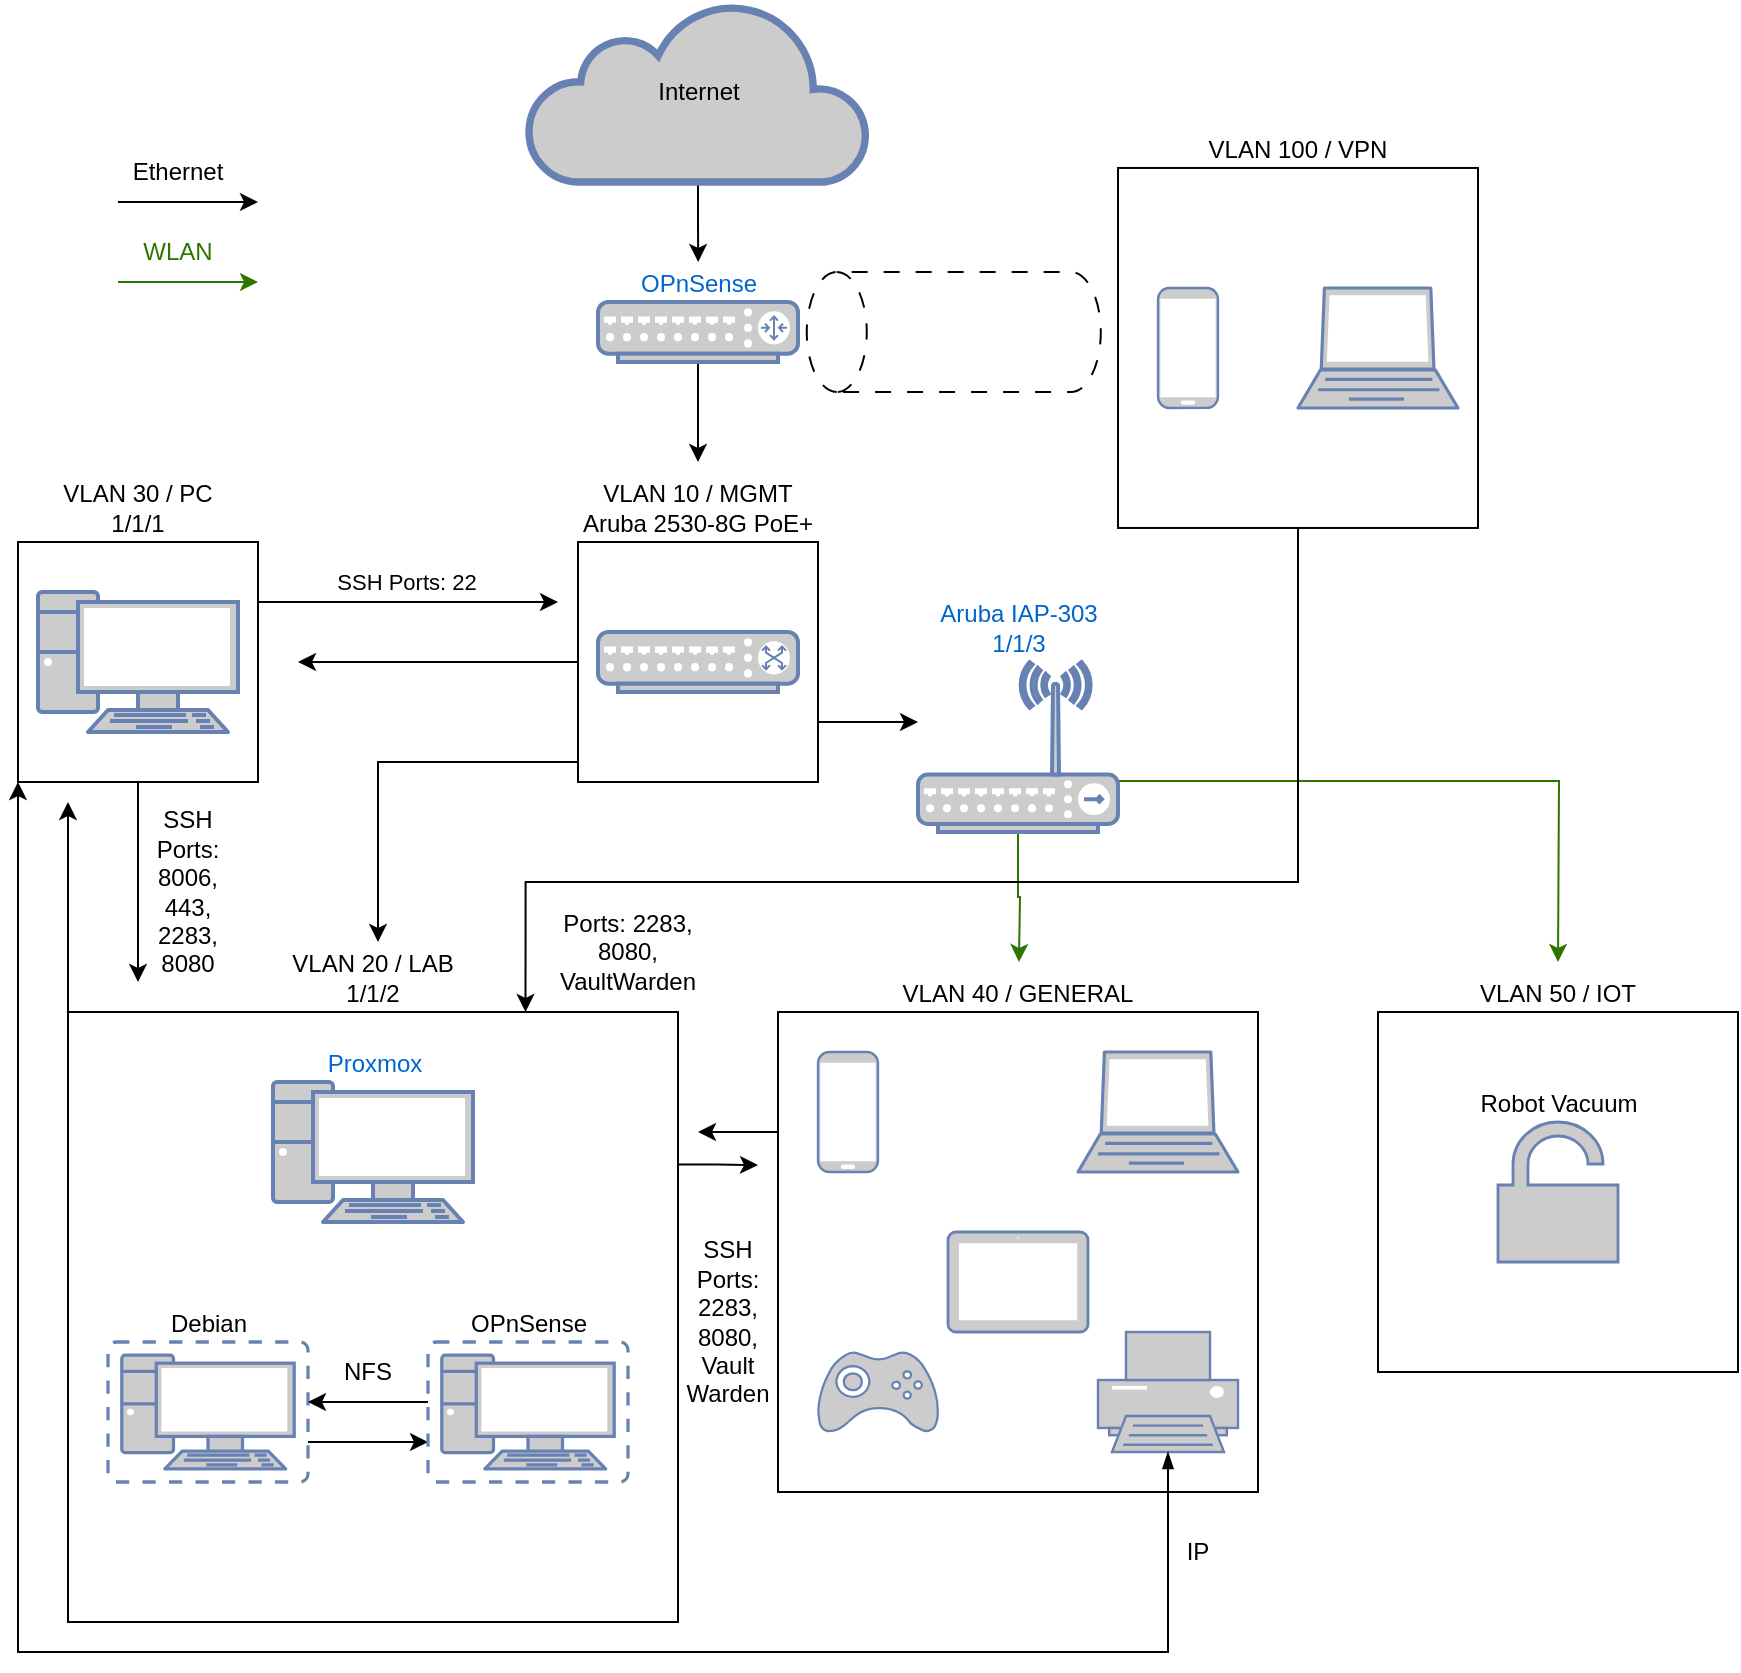
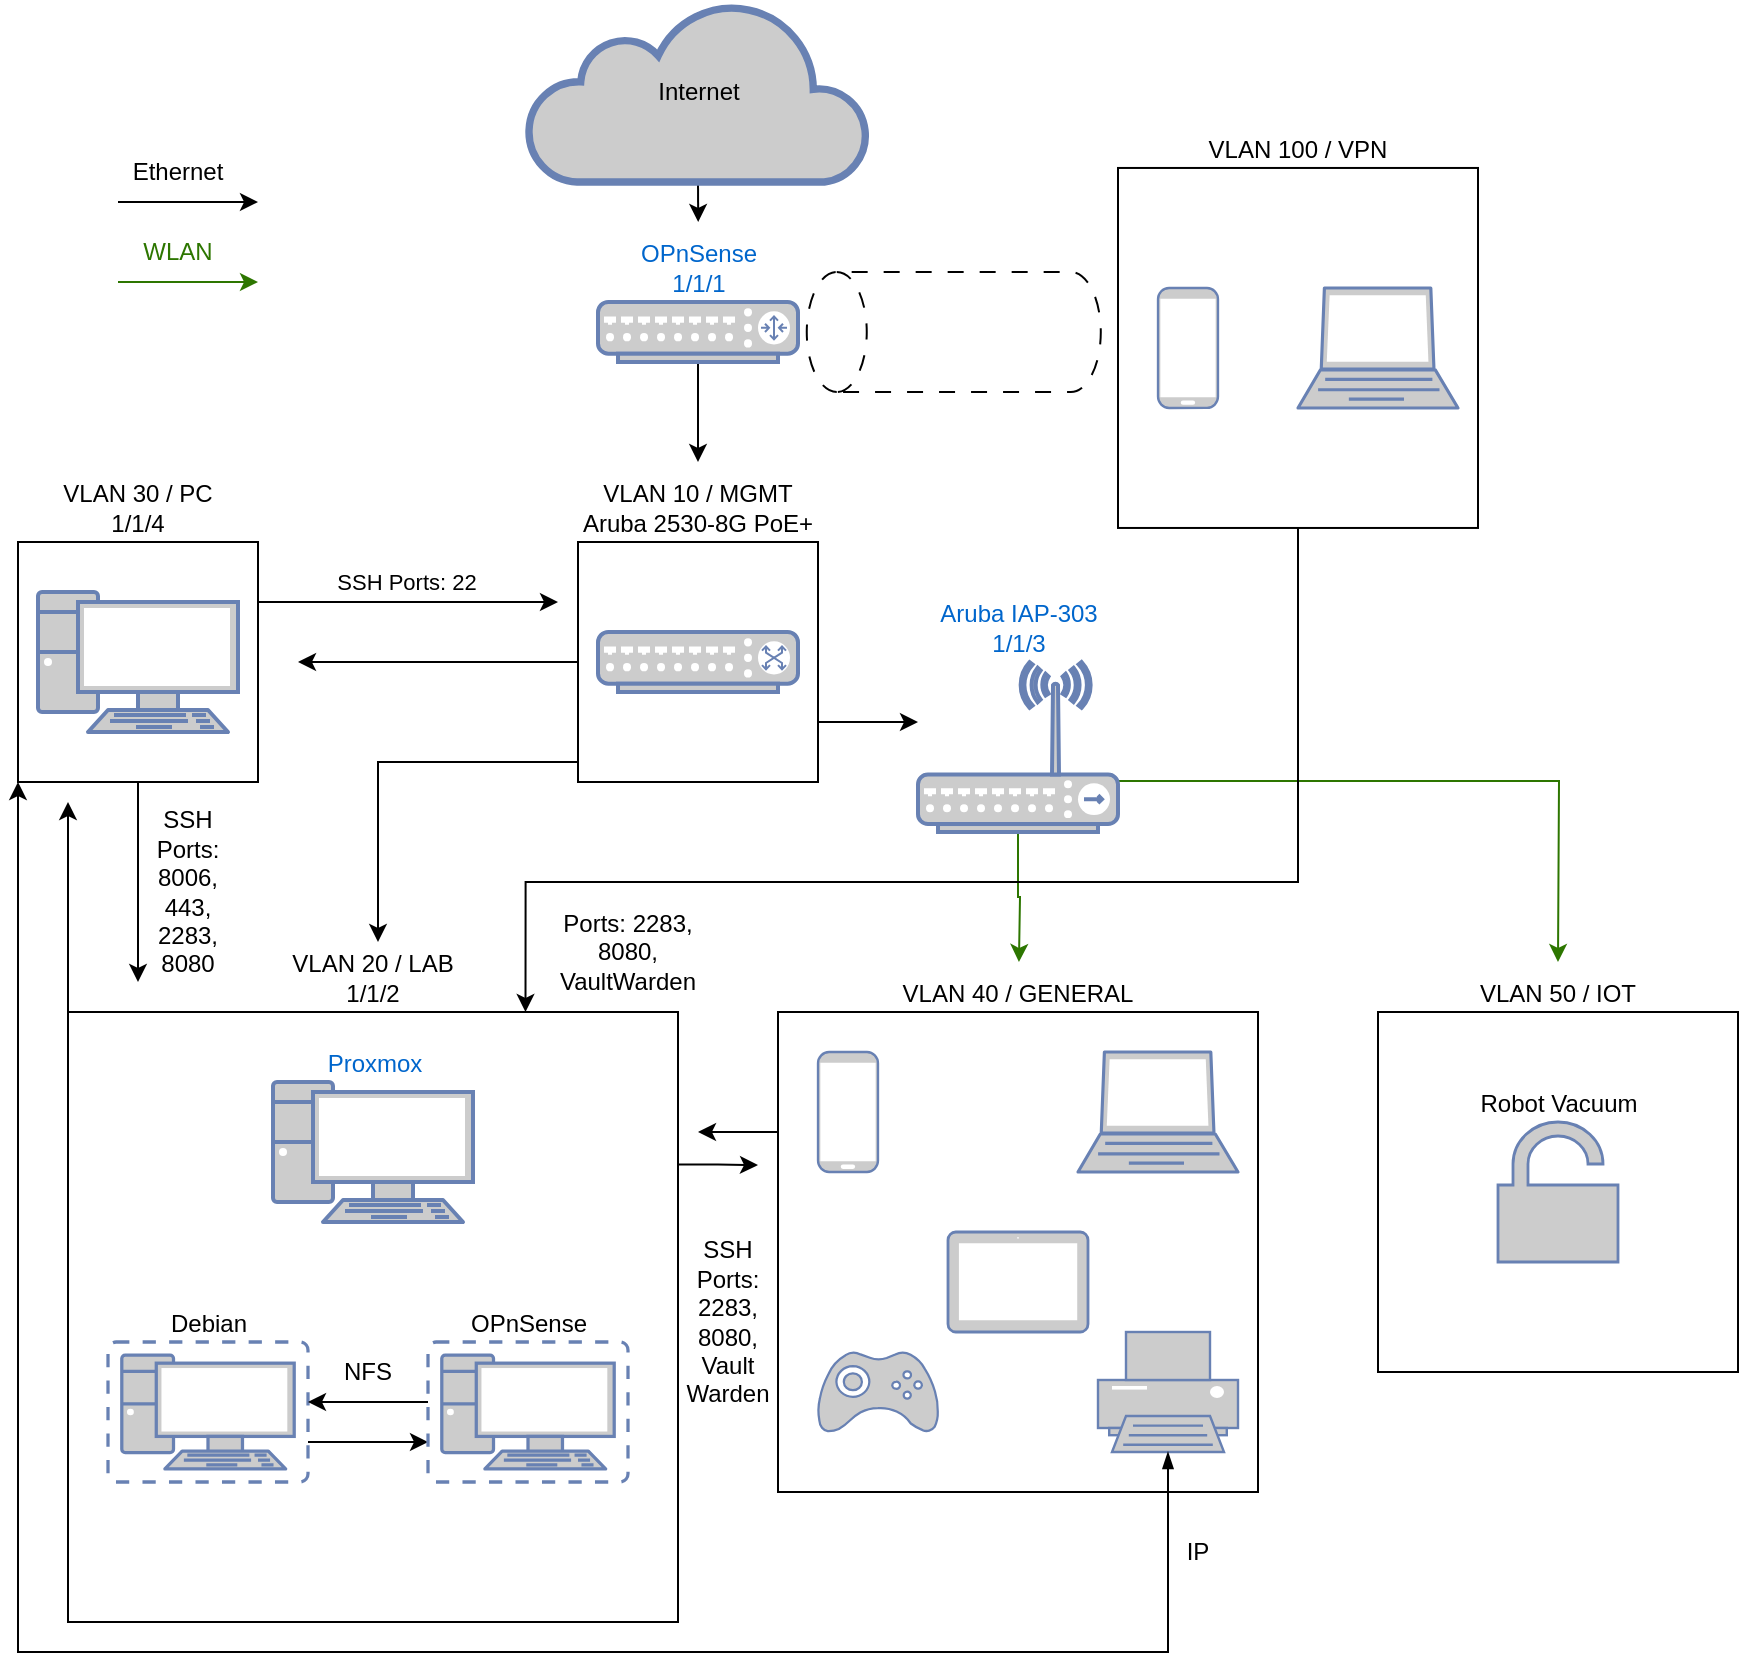
<mxfile host="app.diagrams.net" agent="5.0 (Windows NT 10.0; Win64; x64) AppleWebKit/537.36 (KHTML, like Gecko) Chrome/90.0.4430.212 Safari/537.36">
  <diagram name="Page-1" id="bfe91b75-5d2c-26a0-9c1d-138518896778">
-     <mxGraphModel dx="1094" dy="714" grid="1" gridSize="10" guides="1" tooltips="1" connect="1" arrows="1" fold="1" page="1" pageScale="1" pageWidth="1100" pageHeight="850" background="none" math="0" shadow="0">
+     <mxGraphModel dx="638" dy="417" grid="1" gridSize="10" guides="1" tooltips="1" connect="1" arrows="1" fold="1" page="1" pageScale="1" pageWidth="1100" pageHeight="850" background="none" math="0" shadow="0">
      <root>
        <mxCell id="0" />
        <mxCell id="1" parent="0" />
        <mxCell id="l44_z-ALANyK3NtLu_jd-62" edge="1" parent="1" source="l44_z-ALANyK3NtLu_jd-1" style="edgeStyle=orthogonalEdgeStyle;rounded=0;orthogonalLoop=1;jettySize=auto;html=1;exitX=0.5;exitY=1;exitDx=0;exitDy=0;exitPerimeter=0;">
          <mxGeometry relative="1" as="geometry">
-             <mxPoint x="1110.095238095238" y="140" as="targetPoint" />
+             <mxPoint x="1110.1" y="120" as="targetPoint" />
          </mxGeometry>
        </mxCell>
        <mxCell id="l44_z-ALANyK3NtLu_jd-1" parent="1" style="html=1;outlineConnect=0;fillColor=#CCCCCC;strokeColor=#6881B3;gradientColor=none;gradientDirection=north;strokeWidth=2;shape=mxgraph.networks.cloud;fontColor=#ffffff;verticalAlign=middle;" value="&lt;font style=&quot;color: light-dark(rgb(0, 0, 0), rgb(255, 255, 255));&quot;&gt;Internet&lt;/font&gt;" vertex="1">
          <mxGeometry height="90" width="170" x="1025" y="10" as="geometry" />
        </mxCell>
        <mxCell id="l44_z-ALANyK3NtLu_jd-2" parent="1" style="fontColor=#0066CC;verticalAlign=top;verticalLabelPosition=bottom;labelPosition=center;align=center;html=1;outlineConnect=0;fillColor=#CCCCCC;strokeColor=#6881B3;gradientColor=none;gradientDirection=north;strokeWidth=2;shape=mxgraph.networks.switch;" value="" vertex="1">
          <mxGeometry height="30" width="100" x="1060" y="325" as="geometry" />
        </mxCell>
        <mxCell id="l44_z-ALANyK3NtLu_jd-63" edge="1" parent="1" source="l44_z-ALANyK3NtLu_jd-3" style="edgeStyle=orthogonalEdgeStyle;rounded=0;orthogonalLoop=1;jettySize=auto;html=1;exitX=0.5;exitY=1;exitDx=0;exitDy=0;exitPerimeter=0;">
          <mxGeometry relative="1" as="geometry">
            <mxPoint x="1110" y="240" as="targetPoint" />
          </mxGeometry>
        </mxCell>
-         <mxCell id="l44_z-ALANyK3NtLu_jd-3" parent="1" style="fontColor=#0066CC;verticalAlign=bottom;verticalLabelPosition=top;labelPosition=center;align=center;html=1;outlineConnect=0;fillColor=#CCCCCC;strokeColor=#6881B3;gradientColor=none;gradientDirection=north;strokeWidth=2;shape=mxgraph.networks.router;" value="OPnSense" vertex="1">
+         <mxCell id="l44_z-ALANyK3NtLu_jd-3" parent="1" style="fontColor=#0066CC;verticalAlign=bottom;verticalLabelPosition=top;labelPosition=center;align=center;html=1;outlineConnect=0;fillColor=#CCCCCC;strokeColor=#6881B3;gradientColor=none;gradientDirection=north;strokeWidth=2;shape=mxgraph.networks.router;" value="OPnSense&lt;br&gt;1/1/1" vertex="1">
          <mxGeometry height="30" width="100" x="1060" y="160" as="geometry" />
        </mxCell>
        <mxCell id="l44_z-ALANyK3NtLu_jd-48" edge="1" parent="1" source="l44_z-ALANyK3NtLu_jd-7" style="edgeStyle=orthogonalEdgeStyle;rounded=0;orthogonalLoop=1;jettySize=auto;html=1;" target="l44_z-ALANyK3NtLu_jd-38" value="">
          <mxGeometry relative="1" as="geometry">
            <Array as="points">
              <mxPoint x="1210" y="370" />
              <mxPoint x="1210" y="370" />
            </Array>
          </mxGeometry>
        </mxCell>
        <mxCell id="l44_z-ALANyK3NtLu_jd-58" edge="1" parent="1" source="l44_z-ALANyK3NtLu_jd-7" style="edgeStyle=orthogonalEdgeStyle;rounded=0;orthogonalLoop=1;jettySize=auto;html=1;exitX=0;exitY=0.5;exitDx=0;exitDy=0;">
          <mxGeometry relative="1" as="geometry">
            <mxPoint x="910" y="340" as="targetPoint" />
          </mxGeometry>
        </mxCell>
        <mxCell id="l44_z-ALANyK3NtLu_jd-60" edge="1" parent="1" source="l44_z-ALANyK3NtLu_jd-7" style="edgeStyle=orthogonalEdgeStyle;rounded=0;orthogonalLoop=1;jettySize=auto;html=1;exitX=0;exitY=0.75;exitDx=0;exitDy=0;">
          <mxGeometry relative="1" as="geometry">
            <Array as="points">
              <mxPoint x="1050" y="390" />
              <mxPoint x="950" y="390" />
            </Array>
            <mxPoint x="950" y="480" as="targetPoint" />
          </mxGeometry>
        </mxCell>
        <mxCell id="l44_z-ALANyK3NtLu_jd-7" parent="1" style="whiteSpace=wrap;html=1;aspect=fixed;labelBackgroundColor=none;fontColor=default;textShadow=0;fillColor=none;verticalAlign=bottom;labelPosition=center;verticalLabelPosition=top;align=center;" value="&lt;font&gt;VLAN 10 / MGMT&lt;br&gt;Aruba 2530-8G PoE+&lt;/font&gt;" vertex="1">
          <mxGeometry height="120" width="120" x="1050" y="280" as="geometry" />
        </mxCell>
        <mxCell id="l44_z-ALANyK3NtLu_jd-51" edge="1" parent="1" source="l44_z-ALANyK3NtLu_jd-38" style="edgeStyle=orthogonalEdgeStyle;rounded=0;orthogonalLoop=1;jettySize=auto;html=1;exitX=0.5;exitY=1;exitDx=0;exitDy=0;exitPerimeter=0;fillColor=#60a917;strokeColor=#2D7600;">
          <mxGeometry relative="1" as="geometry">
            <mxPoint x="1270.4736842105265" y="490" as="targetPoint" />
          </mxGeometry>
        </mxCell>
        <mxCell id="l44_z-ALANyK3NtLu_jd-61" edge="1" parent="1" source="l44_z-ALANyK3NtLu_jd-38" style="edgeStyle=orthogonalEdgeStyle;rounded=0;orthogonalLoop=1;jettySize=auto;html=1;exitX=1;exitY=0.7;exitDx=0;exitDy=0;exitPerimeter=0;fillColor=#60a917;strokeColor=#2D7600;">
          <mxGeometry relative="1" as="geometry">
            <mxPoint x="1540" y="490" as="targetPoint" />
          </mxGeometry>
        </mxCell>
        <mxCell id="l44_z-ALANyK3NtLu_jd-38" parent="1" style="fontColor=light-dark(#0066CC,#FFFFFF);verticalAlign=bottom;verticalLabelPosition=top;labelPosition=center;align=center;html=1;outlineConnect=0;fillColor=#CCCCCC;strokeColor=#6881B3;gradientColor=none;gradientDirection=north;strokeWidth=2;shape=mxgraph.networks.wireless_hub;" value="Aruba IAP-303&lt;br&gt;1/1/3" vertex="1">
          <mxGeometry height="85" width="100" x="1220" y="340" as="geometry" />
        </mxCell>
        <mxCell id="l44_z-ALANyK3NtLu_jd-44" parent="1" style="shape=cylinder3;whiteSpace=wrap;html=1;boundedLbl=1;backgroundOutline=1;size=15;rotation=-90;dashed=1;dashPattern=8 8;" value="" vertex="1">
          <mxGeometry height="147.02" width="60" x="1207.89" y="101.5" as="geometry" />
        </mxCell>
        <mxCell id="l44_z-ALANyK3NtLu_jd-45" connectable="0" parent="1" style="group" value="" vertex="1">
          <mxGeometry height="180" width="180" x="1320" y="92.98" as="geometry" />
        </mxCell>
        <mxCell id="l44_z-ALANyK3NtLu_jd-22" parent="l44_z-ALANyK3NtLu_jd-45" style="whiteSpace=wrap;html=1;aspect=fixed;labelBackgroundColor=none;fontColor=default;textShadow=0;fillColor=none;verticalAlign=bottom;labelPosition=center;verticalLabelPosition=top;align=center;" value="&lt;font&gt;VLAN 100 / VPN&lt;/font&gt;" vertex="1">
          <mxGeometry height="180" width="180" as="geometry" />
        </mxCell>
        <mxCell id="l44_z-ALANyK3NtLu_jd-42" parent="l44_z-ALANyK3NtLu_jd-45" style="fontColor=#0066CC;verticalAlign=top;verticalLabelPosition=bottom;labelPosition=center;align=center;html=1;outlineConnect=0;fillColor=#CCCCCC;strokeColor=#6881B3;gradientColor=none;gradientDirection=north;strokeWidth=2;shape=mxgraph.networks.mobile;" value="" vertex="1">
          <mxGeometry height="60" width="30" x="20" y="60" as="geometry" />
        </mxCell>
        <mxCell id="l44_z-ALANyK3NtLu_jd-43" parent="l44_z-ALANyK3NtLu_jd-45" style="fontColor=#0066CC;verticalAlign=top;verticalLabelPosition=bottom;labelPosition=center;align=center;html=1;outlineConnect=0;fillColor=#CCCCCC;strokeColor=#6881B3;gradientColor=none;gradientDirection=north;strokeWidth=2;shape=mxgraph.networks.laptop;" value="" vertex="1">
          <mxGeometry height="60" width="80" x="90" y="60" as="geometry" />
        </mxCell>
        <mxCell id="l44_z-ALANyK3NtLu_jd-46" connectable="0" parent="1" style="group" value="" vertex="1">
          <mxGeometry height="240" width="240" x="1150" y="515" as="geometry" />
        </mxCell>
        <mxCell id="l44_z-ALANyK3NtLu_jd-79" edge="1" parent="l44_z-ALANyK3NtLu_jd-46" source="l44_z-ALANyK3NtLu_jd-20" style="edgeStyle=orthogonalEdgeStyle;rounded=0;orthogonalLoop=1;jettySize=auto;html=1;exitX=0;exitY=0.25;exitDx=0;exitDy=0;">
          <mxGeometry relative="1" as="geometry">
            <mxPoint x="-40" y="60" as="targetPoint" />
          </mxGeometry>
        </mxCell>
        <mxCell id="l44_z-ALANyK3NtLu_jd-20" parent="l44_z-ALANyK3NtLu_jd-46" style="whiteSpace=wrap;html=1;aspect=fixed;labelBackgroundColor=none;fontColor=default;textShadow=0;fillColor=none;verticalAlign=bottom;labelPosition=center;verticalLabelPosition=top;align=center;" value="&lt;font&gt;VLAN 40 / GENERAL&lt;br&gt;&lt;/font&gt;" vertex="1">
          <mxGeometry height="240" width="240" as="geometry" />
        </mxCell>
        <mxCell id="l44_z-ALANyK3NtLu_jd-33" parent="l44_z-ALANyK3NtLu_jd-46" style="fontColor=#0066CC;verticalAlign=top;verticalLabelPosition=bottom;labelPosition=center;align=center;html=1;outlineConnect=0;fillColor=#CCCCCC;strokeColor=#6881B3;gradientColor=none;gradientDirection=north;strokeWidth=2;shape=mxgraph.networks.mobile;" value="" vertex="1">
          <mxGeometry height="60" width="30" x="20" y="20" as="geometry" />
        </mxCell>
        <mxCell id="l44_z-ALANyK3NtLu_jd-34" parent="l44_z-ALANyK3NtLu_jd-46" style="fontColor=#0066CC;verticalAlign=top;verticalLabelPosition=bottom;labelPosition=center;align=center;html=1;outlineConnect=0;fillColor=#CCCCCC;strokeColor=#6881B3;gradientColor=none;gradientDirection=north;strokeWidth=2;shape=mxgraph.networks.laptop;" value="" vertex="1">
          <mxGeometry height="60" width="80" x="150" y="20" as="geometry" />
        </mxCell>
        <mxCell id="l44_z-ALANyK3NtLu_jd-35" parent="l44_z-ALANyK3NtLu_jd-46" style="fontColor=#0066CC;verticalAlign=top;verticalLabelPosition=bottom;labelPosition=center;align=center;html=1;outlineConnect=0;fillColor=#CCCCCC;strokeColor=#6881B3;gradientColor=none;gradientDirection=north;strokeWidth=2;shape=mxgraph.networks.tablet;" value="" vertex="1">
          <mxGeometry height="50" width="70" x="85" y="110" as="geometry" />
        </mxCell>
        <mxCell id="l44_z-ALANyK3NtLu_jd-36" parent="l44_z-ALANyK3NtLu_jd-46" style="fontColor=#0066CC;verticalAlign=top;verticalLabelPosition=bottom;labelPosition=center;align=center;html=1;outlineConnect=0;fillColor=#CCCCCC;strokeColor=#6881B3;gradientColor=none;gradientDirection=north;strokeWidth=2;shape=mxgraph.networks.printer;" value="" vertex="1">
          <mxGeometry height="60" width="70" x="160" y="160" as="geometry" />
        </mxCell>
        <mxCell id="l44_z-ALANyK3NtLu_jd-37" parent="l44_z-ALANyK3NtLu_jd-46" style="fontColor=#0066CC;verticalAlign=top;verticalLabelPosition=bottom;labelPosition=center;align=center;html=1;outlineConnect=0;fillColor=#CCCCCC;strokeColor=#6881B3;gradientColor=none;gradientDirection=north;strokeWidth=2;shape=mxgraph.networks.gamepad;" value="" vertex="1">
          <mxGeometry height="40" width="60" x="20" y="170" as="geometry" />
        </mxCell>
        <mxCell id="l44_z-ALANyK3NtLu_jd-54" connectable="0" parent="1" style="group" value="" vertex="1">
          <mxGeometry height="180" width="180" x="1450" y="515" as="geometry" />
        </mxCell>
        <mxCell id="l44_z-ALANyK3NtLu_jd-21" parent="l44_z-ALANyK3NtLu_jd-54" style="whiteSpace=wrap;html=1;aspect=fixed;labelBackgroundColor=none;fontColor=default;textShadow=0;fillColor=none;verticalAlign=bottom;labelPosition=center;verticalLabelPosition=top;align=center;" value="&lt;font&gt;VLAN 50 / IOT&lt;/font&gt;" vertex="1">
          <mxGeometry height="180" width="180" as="geometry" />
        </mxCell>
        <mxCell id="l44_z-ALANyK3NtLu_jd-39" parent="l44_z-ALANyK3NtLu_jd-54" style="fontColor=#0066CC;verticalAlign=bottom;verticalLabelPosition=top;labelPosition=center;align=center;html=1;outlineConnect=0;fillColor=#CCCCCC;strokeColor=#6881B3;gradientColor=none;gradientDirection=north;strokeWidth=2;shape=mxgraph.networks.unsecure;" value="&lt;font style=&quot;color: light-dark(rgb(0, 0, 0), rgb(255, 253, 249));&quot;&gt;Robot Vacuum&lt;/font&gt;" vertex="1">
          <mxGeometry height="70" width="60" x="60" y="55" as="geometry" />
        </mxCell>
        <mxCell id="l44_z-ALANyK3NtLu_jd-55" connectable="0" parent="1" style="group" value="" vertex="1">
          <mxGeometry height="120" width="120" x="770" y="280" as="geometry" />
        </mxCell>
        <mxCell id="l44_z-ALANyK3NtLu_jd-69" edge="1" parent="l44_z-ALANyK3NtLu_jd-55" source="l44_z-ALANyK3NtLu_jd-19" style="edgeStyle=orthogonalEdgeStyle;rounded=0;orthogonalLoop=1;jettySize=auto;html=1;exitX=1;exitY=0.25;exitDx=0;exitDy=0;">
          <mxGeometry relative="1" as="geometry">
            <mxPoint x="270" y="30" as="targetPoint" />
          </mxGeometry>
        </mxCell>
        <mxCell id="l44_z-ALANyK3NtLu_jd-73" connectable="0" parent="l44_z-ALANyK3NtLu_jd-69" style="edgeLabel;html=1;align=center;verticalAlign=middle;resizable=0;points=[];" value="SSH Ports: 22" vertex="1">
          <mxGeometry relative="1" x="-0.0139" as="geometry">
            <mxPoint y="-10" as="offset" />
          </mxGeometry>
        </mxCell>
        <mxCell id="l44_z-ALANyK3NtLu_jd-74" edge="1" parent="l44_z-ALANyK3NtLu_jd-55" source="l44_z-ALANyK3NtLu_jd-19" style="edgeStyle=orthogonalEdgeStyle;rounded=0;orthogonalLoop=1;jettySize=auto;html=1;exitX=0.5;exitY=1;exitDx=0;exitDy=0;">
          <mxGeometry relative="1" as="geometry">
            <mxPoint x="60" y="220" as="targetPoint" />
          </mxGeometry>
        </mxCell>
-         <mxCell id="l44_z-ALANyK3NtLu_jd-19" parent="l44_z-ALANyK3NtLu_jd-55" style="whiteSpace=wrap;html=1;aspect=fixed;labelBackgroundColor=none;fontColor=default;textShadow=0;fillColor=none;verticalAlign=bottom;labelPosition=center;verticalLabelPosition=top;align=center;" value="&lt;font&gt;VLAN 30 / PC&lt;br&gt;1/1/1&lt;/font&gt;" vertex="1">
+         <mxCell id="l44_z-ALANyK3NtLu_jd-19" parent="l44_z-ALANyK3NtLu_jd-55" style="whiteSpace=wrap;html=1;aspect=fixed;labelBackgroundColor=none;fontColor=default;textShadow=0;fillColor=none;verticalAlign=bottom;labelPosition=center;verticalLabelPosition=top;align=center;" value="&lt;font&gt;VLAN 30 / PC&lt;br&gt;1/1/4&lt;/font&gt;" vertex="1">
          <mxGeometry height="120" width="120" as="geometry" />
        </mxCell>
        <mxCell id="l44_z-ALANyK3NtLu_jd-25" parent="l44_z-ALANyK3NtLu_jd-55" style="fontColor=#0066CC;verticalAlign=top;verticalLabelPosition=bottom;labelPosition=center;align=center;html=1;outlineConnect=0;fillColor=#CCCCCC;strokeColor=#6881B3;gradientColor=none;gradientDirection=north;strokeWidth=2;shape=mxgraph.networks.pc;" value="" vertex="1">
          <mxGeometry height="70" width="100" x="10" y="25" as="geometry" />
        </mxCell>
        <mxCell id="l44_z-ALANyK3NtLu_jd-57" connectable="0" parent="1" style="group" value="" vertex="1">
          <mxGeometry height="305" width="305" x="795" y="515" as="geometry" />
        </mxCell>
        <mxCell id="l44_z-ALANyK3NtLu_jd-77" edge="1" parent="l44_z-ALANyK3NtLu_jd-57" source="l44_z-ALANyK3NtLu_jd-18" style="edgeStyle=orthogonalEdgeStyle;rounded=0;orthogonalLoop=1;jettySize=auto;html=1;exitX=0;exitY=0;exitDx=0;exitDy=0;">
          <mxGeometry relative="1" as="geometry">
            <mxPoint y="-105" as="targetPoint" />
          </mxGeometry>
        </mxCell>
        <mxCell id="l44_z-ALANyK3NtLu_jd-80" edge="1" parent="l44_z-ALANyK3NtLu_jd-57" source="l44_z-ALANyK3NtLu_jd-18" style="edgeStyle=orthogonalEdgeStyle;rounded=0;orthogonalLoop=1;jettySize=auto;html=1;exitX=1;exitY=0.25;exitDx=0;exitDy=0;">
          <mxGeometry relative="1" as="geometry">
            <mxPoint x="345" y="76.55172413793105" as="targetPoint" />
          </mxGeometry>
        </mxCell>
        <mxCell id="l44_z-ALANyK3NtLu_jd-18" parent="l44_z-ALANyK3NtLu_jd-57" style="whiteSpace=wrap;html=1;aspect=fixed;labelBackgroundColor=none;fontColor=default;textShadow=0;fillColor=none;verticalAlign=bottom;labelPosition=center;verticalLabelPosition=top;align=center;" value="&lt;font&gt;VLAN 20 / LAB&lt;br&gt;1/1/2&lt;/font&gt;" vertex="1">
          <mxGeometry height="305" width="305" as="geometry" />
        </mxCell>
        <mxCell id="l44_z-ALANyK3NtLu_jd-30" edge="1" parent="l44_z-ALANyK3NtLu_jd-57" source="l44_z-ALANyK3NtLu_jd-27" style="edgeStyle=orthogonalEdgeStyle;rounded=0;orthogonalLoop=1;jettySize=auto;html=1;" target="l44_z-ALANyK3NtLu_jd-28" value="">
          <mxGeometry relative="1" as="geometry">
            <Array as="points">
              <mxPoint x="140" y="215" />
              <mxPoint x="140" y="215" />
            </Array>
          </mxGeometry>
        </mxCell>
        <mxCell id="l44_z-ALANyK3NtLu_jd-27" parent="l44_z-ALANyK3NtLu_jd-57" style="fontColor=#0066CC;verticalAlign=bottom;verticalLabelPosition=top;labelPosition=center;align=center;html=1;outlineConnect=0;fillColor=#CCCCCC;strokeColor=#6881B3;gradientColor=none;gradientDirection=north;strokeWidth=2;shape=mxgraph.networks.virtual_pc;" value="&lt;font style=&quot;color: light-dark(rgb(0, 0, 0), rgb(255, 255, 255));&quot;&gt;Debian&lt;/font&gt;" vertex="1">
          <mxGeometry height="70" width="100" x="20" y="165" as="geometry" />
        </mxCell>
        <mxCell id="l44_z-ALANyK3NtLu_jd-31" edge="1" parent="l44_z-ALANyK3NtLu_jd-57" source="l44_z-ALANyK3NtLu_jd-28" style="edgeStyle=orthogonalEdgeStyle;rounded=0;orthogonalLoop=1;jettySize=auto;html=1;" target="l44_z-ALANyK3NtLu_jd-27" value="">
          <mxGeometry relative="1" as="geometry">
            <Array as="points">
              <mxPoint x="150" y="195" />
              <mxPoint x="150" y="195" />
            </Array>
          </mxGeometry>
        </mxCell>
        <mxCell id="l44_z-ALANyK3NtLu_jd-28" parent="l44_z-ALANyK3NtLu_jd-57" style="fontColor=default;verticalAlign=bottom;verticalLabelPosition=top;labelPosition=center;align=center;html=1;outlineConnect=0;fillColor=#CCCCCC;strokeColor=#6881B3;gradientColor=none;gradientDirection=north;strokeWidth=2;shape=mxgraph.networks.virtual_pc;" value="OPnSense" vertex="1">
          <mxGeometry height="70" width="100" x="180" y="165" as="geometry" />
        </mxCell>
        <mxCell id="l44_z-ALANyK3NtLu_jd-29" parent="l44_z-ALANyK3NtLu_jd-57" style="fontColor=light-dark(#0066CC,#FFFFFF);verticalAlign=bottom;verticalLabelPosition=top;labelPosition=center;align=center;html=1;outlineConnect=0;fillColor=#CCCCCC;strokeColor=#6881B3;gradientColor=none;gradientDirection=north;strokeWidth=2;shape=mxgraph.networks.pc;" value="Proxmox" vertex="1">
          <mxGeometry height="70" width="100" x="102.5" y="35" as="geometry" />
        </mxCell>
        <mxCell id="l44_z-ALANyK3NtLu_jd-32" parent="l44_z-ALANyK3NtLu_jd-57" style="text;html=1;whiteSpace=wrap;strokeColor=none;fillColor=none;align=center;verticalAlign=middle;rounded=0;" value="NFS" vertex="1">
          <mxGeometry height="30" width="60" x="120" y="165" as="geometry" />
        </mxCell>
        <mxCell id="l44_z-ALANyK3NtLu_jd-65" edge="1" parent="1" style="endArrow=classic;html=1;rounded=0;" value="">
          <mxGeometry height="50" relative="1" width="50" as="geometry">
            <mxPoint x="820" y="110" as="sourcePoint" />
            <mxPoint x="890" y="110" as="targetPoint" />
          </mxGeometry>
        </mxCell>
        <mxCell id="l44_z-ALANyK3NtLu_jd-66" edge="1" parent="1" style="endArrow=classic;html=1;rounded=0;fillColor=#60a917;strokeColor=#2D7600;" value="">
          <mxGeometry height="50" relative="1" width="50" as="geometry">
            <mxPoint x="820" y="150" as="sourcePoint" />
            <mxPoint x="890" y="150" as="targetPoint" />
          </mxGeometry>
        </mxCell>
        <mxCell id="l44_z-ALANyK3NtLu_jd-67" parent="1" style="text;html=1;whiteSpace=wrap;strokeColor=none;fillColor=none;align=center;verticalAlign=middle;rounded=0;" value="Ethernet" vertex="1">
          <mxGeometry height="30" width="60" x="820" y="80" as="geometry" />
        </mxCell>
        <mxCell id="l44_z-ALANyK3NtLu_jd-68" parent="1" style="text;html=1;whiteSpace=wrap;align=center;verticalAlign=middle;rounded=0;" value="&lt;font style=&quot;color: light-dark(rgb(45, 118, 0), rgb(115, 177, 76));&quot;&gt;WLAN&lt;/font&gt;" vertex="1">
          <mxGeometry height="30" width="60" x="820" y="120" as="geometry" />
        </mxCell>
        <mxCell id="l44_z-ALANyK3NtLu_jd-75" parent="1" style="text;html=1;whiteSpace=wrap;strokeColor=none;fillColor=none;align=center;verticalAlign=middle;rounded=0;" value="SSH&lt;br&gt;Ports: 8006, 443, 2283, 8080" vertex="1">
          <mxGeometry height="90" width="50" x="830" y="410" as="geometry" />
        </mxCell>
        <mxCell id="l44_z-ALANyK3NtLu_jd-81" parent="1" style="text;html=1;whiteSpace=wrap;strokeColor=none;fillColor=none;align=center;verticalAlign=middle;rounded=0;" value="&lt;font&gt;SSH Ports:&lt;br&gt;&lt;font style=&quot;&quot;&gt;2283, 8080, Vault&lt;br&gt;Warden&lt;/font&gt;&lt;/font&gt;" vertex="1">
          <mxGeometry height="160" width="50" x="1100" y="590" as="geometry" />
        </mxCell>
        <mxCell id="l44_z-ALANyK3NtLu_jd-84" edge="1" parent="1" source="l44_z-ALANyK3NtLu_jd-36" style="edgeStyle=orthogonalEdgeStyle;rounded=0;orthogonalLoop=1;jettySize=auto;html=1;exitX=0.5;exitY=1;exitDx=0;exitDy=0;exitPerimeter=0;entryX=0;entryY=1;entryDx=0;entryDy=0;startArrow=blockThin;startFill=1;" target="l44_z-ALANyK3NtLu_jd-19">
          <mxGeometry relative="1" as="geometry">
            <Array as="points">
              <mxPoint x="1345" y="835" />
              <mxPoint x="770" y="835" />
            </Array>
            <mxPoint x="1355.0000000000002" y="815" as="sourcePoint" />
            <mxPoint x="770" y="540" as="targetPoint" />
          </mxGeometry>
        </mxCell>
        <mxCell id="l44_z-ALANyK3NtLu_jd-85" parent="1" style="text;html=1;whiteSpace=wrap;strokeColor=none;fillColor=none;align=center;verticalAlign=middle;rounded=0;" value="IP" vertex="1">
          <mxGeometry height="30" width="60" x="1330" y="770" as="geometry" />
        </mxCell>
        <mxCell id="l44_z-ALANyK3NtLu_jd-86" edge="1" parent="1" source="l44_z-ALANyK3NtLu_jd-22" style="edgeStyle=orthogonalEdgeStyle;rounded=0;orthogonalLoop=1;jettySize=auto;html=1;exitX=0.5;exitY=1;exitDx=0;exitDy=0;entryX=0.75;entryY=0;entryDx=0;entryDy=0;" target="l44_z-ALANyK3NtLu_jd-18">
          <mxGeometry relative="1" as="geometry">
            <Array as="points">
              <mxPoint x="1410" y="450" />
              <mxPoint x="1024" y="450" />
            </Array>
          </mxGeometry>
        </mxCell>
        <mxCell id="l44_z-ALANyK3NtLu_jd-87" parent="1" style="text;html=1;whiteSpace=wrap;strokeColor=none;fillColor=none;align=center;verticalAlign=middle;rounded=0;" value="Ports: 2283, 8080, VaultWarden" vertex="1">
          <mxGeometry height="60" width="90" x="1030" y="455" as="geometry" />
        </mxCell>
      </root>
    </mxGraphModel>
  </diagram>
</mxfile>
